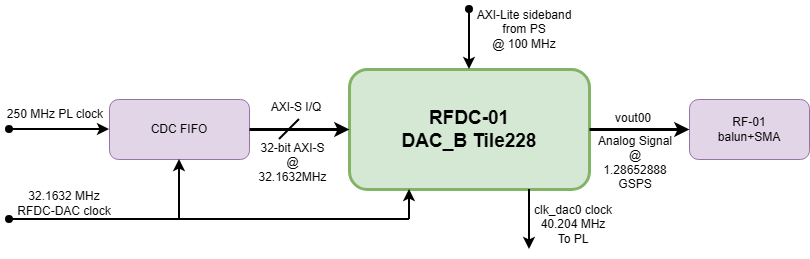
Above: figures/ch4/ch4_rfdc01_pipeline.png in mr-sathwiks/ANSpect_Thesis (draw.io), before the change. Source tidied: cells renumbered, new cells last; positions are measured from the earlier drawing's top-left corner, leaving out a move shared by most shapes. The source it was exported from:
```xml
<mxGraphModel>
  <root>
    <mxCell id="0" />
    <mxCell id="1" parent="0" />
    <mxCell id="2" value="&lt;span style=&quot;font-size: 19px;&quot;&gt;&lt;b&gt;RFDC-01&lt;/b&gt;&lt;/span&gt;&lt;div&gt;&lt;span style=&quot;font-size: 19px;&quot;&gt;&lt;b&gt;DAC_B Tile228&lt;/b&gt;&lt;/span&gt;&lt;/div&gt;" style="rounded=1;whiteSpace=wrap;html=1;roundedPerimeter=1;strokeWidth=3;fillColor=#d5e8d4;strokeColor=#82b366;" parent="1" vertex="1">
      <mxGeometry x="349" y="65" width="240" height="120" as="geometry" />
    </mxCell>
    <mxCell id="3" value="CDC FIFO" style="rounded=1;whiteSpace=wrap;html=1;roundedPerimeter=1;fillColor=#e1d5e7;strokeColor=#9673a6;" parent="1" vertex="1">
      <mxGeometry x="109" y="95" width="140" height="60" as="geometry" />
    </mxCell>
    <mxCell id="4" value="RF-01&lt;div&gt;balun+SMA&lt;/div&gt;" style="rounded=1;whiteSpace=wrap;html=1;roundedPerimeter=1;fillColor=#e1d5e7;strokeColor=#9673a6;" parent="1" vertex="1">
      <mxGeometry x="689" y="95" width="120" height="60" as="geometry" />
    </mxCell>
    <mxCell id="5" style="endArrow=classic;html=1;rounded=0;entryX=0;entryY=0.5;entryDx=0;entryDy=0;exitX=1;exitY=0.5;exitDx=0;exitDy=0;strokeWidth=3;" parent="1" edge="1" source="3" target="2">
      <mxGeometry relative="1" as="geometry" />
    </mxCell>
    <mxCell id="6" style="endArrow=classic;html=1;rounded=0;entryX=0;entryY=0.5;entryDx=0;entryDy=0;exitX=1;exitY=0.5;exitDx=0;exitDy=0;strokeWidth=3;" parent="1" edge="1" source="2" target="4">
      <mxGeometry relative="1" as="geometry" />
    </mxCell>
    <mxCell id="7" style="endArrow=none;html=1;rounded=0;strokeWidth=2;" parent="1" edge="1">
      <mxGeometry relative="1" as="geometry">
        <mxPoint x="279" y="135" as="sourcePoint" />
        <mxPoint x="299" y="115" as="targetPoint" />
      </mxGeometry>
    </mxCell>
    <mxCell id="8" value="32-bit AXI-S&lt;div&gt;@ 32.1632MHz&lt;/div&gt;" style="text;html=1;whiteSpace=wrap;strokeColor=none;fillColor=none;align=center;verticalAlign=middle;rounded=0;" parent="1" vertex="1">
      <mxGeometry x="259" y="138" width="67" height="40" as="geometry" />
    </mxCell>
    <mxCell id="9" style="endArrow=classic;html=1;rounded=0;entryX=0.5;entryY=1;entryDx=0;entryDy=0;strokeWidth=2;" parent="1" edge="1" target="3">
      <mxGeometry relative="1" as="geometry">
        <mxPoint x="179" y="215" as="sourcePoint" />
      </mxGeometry>
    </mxCell>
    <mxCell id="10" style="endArrow=classic;html=1;rounded=0;entryX=0.25;entryY=1;entryDx=0;entryDy=0;strokeWidth=2;" parent="1" edge="1" target="2">
      <mxGeometry relative="1" as="geometry">
        <mxPoint x="409" y="215" as="sourcePoint" />
      </mxGeometry>
    </mxCell>
    <mxCell id="11" value="250 MHz PL clock" style="text;html=1;whiteSpace=wrap;strokeColor=none;fillColor=none;align=center;verticalAlign=middle;rounded=0;" parent="1" vertex="1">
      <mxGeometry y="95" width="110" height="30" as="geometry" />
    </mxCell>
    <mxCell id="12" value="Analog Signal&lt;div&gt;@&lt;/div&gt;&lt;div&gt;1.28652888 GSPS&lt;/div&gt;" style="text;html=1;whiteSpace=wrap;strokeColor=none;fillColor=none;align=center;verticalAlign=middle;rounded=0;" parent="1" vertex="1">
      <mxGeometry x="589" y="138" width="92" height="40" as="geometry" />
    </mxCell>
    <mxCell id="13" style="endArrow=classic;html=1;rounded=0;defaultLabelBackgroundColor=page;entryX=0;entryY=0.5;entryDx=0;entryDy=0;startArrow=oval;startFill=1;strokeWidth=2;" parent="1" edge="1" target="3">
      <mxGeometry relative="1" as="geometry">
        <mxPoint x="9" y="125" as="sourcePoint" />
      </mxGeometry>
    </mxCell>
    <mxCell id="14" style="endArrow=none;html=1;rounded=0;defaultLabelBackgroundColor=page;startArrow=oval;startFill=1;strokeWidth=2;" parent="1" edge="1">
      <mxGeometry relative="1" as="geometry">
        <mxPoint x="9" y="215" as="sourcePoint" />
        <mxPoint x="409" y="215" as="targetPoint" />
      </mxGeometry>
    </mxCell>
    <mxCell id="15" value="32.1632 MHz RFDC-DAC clock" style="text;html=1;whiteSpace=wrap;strokeColor=none;fillColor=none;align=center;verticalAlign=middle;rounded=0;" parent="1" vertex="1">
      <mxGeometry x="9" y="184" width="110" height="30" as="geometry" />
    </mxCell>
    <mxCell id="16" style="endArrow=classic;html=1;rounded=0;defaultLabelBackgroundColor=page;exitX=0.75;exitY=1;exitDx=0;exitDy=0;strokeWidth=2;" parent="1" edge="1" source="2">
      <mxGeometry relative="1" as="geometry">
        <mxPoint x="529" y="245" as="targetPoint" />
      </mxGeometry>
    </mxCell>
    <mxCell id="17" value="clk_dac0 clock&lt;div&gt;40.204 MHz&lt;/div&gt;&lt;div&gt;To PL&lt;/div&gt;" style="text;html=1;whiteSpace=wrap;strokeColor=none;fillColor=none;align=center;verticalAlign=middle;rounded=0;" parent="1" vertex="1">
      <mxGeometry x="527" y="200" width="92" height="40" as="geometry" />
    </mxCell>
    <mxCell id="18" value="vout00" style="text;html=1;whiteSpace=wrap;strokeColor=none;fillColor=none;align=center;verticalAlign=middle;rounded=0;" parent="1" vertex="1">
      <mxGeometry x="603" y="99" width="60" height="30" as="geometry" />
    </mxCell>
    <mxCell id="19" style="endArrow=classic;html=1;rounded=0;defaultLabelBackgroundColor=page;entryX=0.5;entryY=0;entryDx=0;entryDy=0;strokeWidth=2;startArrow=oval;startFill=1;" parent="1" edge="1" target="2">
      <mxGeometry relative="1" as="geometry">
        <mxPoint x="469" y="5" as="sourcePoint" />
      </mxGeometry>
    </mxCell>
    <mxCell id="20" value="AXI-Lite sideband from PS&lt;div&gt;@&amp;nbsp;100 MHz&lt;/div&gt;" style="text;html=1;whiteSpace=wrap;strokeColor=none;fillColor=none;align=center;verticalAlign=middle;rounded=0;" parent="1" vertex="1">
      <mxGeometry x="469" width="110" height="50" as="geometry" />
    </mxCell>
    <mxCell id="21" value="AXI-S I/Q" style="text;html=1;whiteSpace=wrap;strokeColor=none;fillColor=none;align=center;verticalAlign=middle;rounded=0;" parent="1" vertex="1">
      <mxGeometry x="266" y="88" width="60" height="30" as="geometry" />
    </mxCell>
  </root>
</mxGraphModel>
```
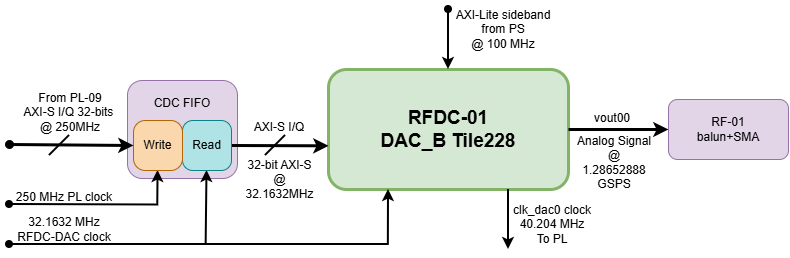
The same diagram one commit later.

Change to the diagram source:
```diff
@@ -5,13 +5,13 @@
     <mxCell id="2" value="&lt;span style=&quot;font-size: 19px;&quot;&gt;&lt;b&gt;RFDC-01&lt;/b&gt;&lt;/span&gt;&lt;div&gt;&lt;span style=&quot;font-size: 19px;&quot;&gt;&lt;b&gt;DAC_B Tile228&lt;/b&gt;&lt;/span&gt;&lt;/div&gt;" style="rounded=1;whiteSpace=wrap;html=1;roundedPerimeter=1;strokeWidth=3;fillColor=#d5e8d4;strokeColor=#82b366;" parent="1" vertex="1">
       <mxGeometry x="349" y="65" width="240" height="120" as="geometry" />
     </mxCell>
-    <mxCell id="3" value="CDC FIFO" style="rounded=1;whiteSpace=wrap;html=1;roundedPerimeter=1;fillColor=#e1d5e7;strokeColor=#9673a6;" parent="1" vertex="1">
-      <mxGeometry x="109" y="95" width="140" height="60" as="geometry" />
+    <mxCell id="3" style="rounded=1;whiteSpace=wrap;html=1;roundedPerimeter=1;fillColor=#e1d5e7;strokeColor=#9673a6;" parent="1" vertex="1">
+      <mxGeometry x="148" y="76" width="110" height="98" as="geometry" />
     </mxCell>
     <mxCell id="4" value="RF-01&lt;div&gt;balun+SMA&lt;/div&gt;" style="rounded=1;whiteSpace=wrap;html=1;roundedPerimeter=1;fillColor=#e1d5e7;strokeColor=#9673a6;" parent="1" vertex="1">
       <mxGeometry x="689" y="95" width="120" height="60" as="geometry" />
     </mxCell>
-    <mxCell id="5" style="endArrow=classic;html=1;rounded=0;entryX=0;entryY=0.5;entryDx=0;entryDy=0;exitX=1;exitY=0.5;exitDx=0;exitDy=0;strokeWidth=3;" parent="1" edge="1" source="3" target="2">
+    <mxCell id="5" style="endArrow=classic;html=1;rounded=0;entryX=0;entryY=0.636;entryDx=0;entryDy=0;exitX=1;exitY=0.5;exitDx=0;exitDy=0;strokeWidth=3;" parent="1" edge="1" source="22" target="2">
       <mxGeometry relative="1" as="geometry" />
     </mxCell>
     <mxCell id="6" style="endArrow=classic;html=1;rounded=0;entryX=0;entryY=0.5;entryDx=0;entryDy=0;exitX=1;exitY=0.5;exitDx=0;exitDy=0;strokeWidth=3;" parent="1" edge="1" source="2" target="4">
@@ -19,42 +19,45 @@
     </mxCell>
     <mxCell id="7" style="endArrow=none;html=1;rounded=0;strokeWidth=2;" parent="1" edge="1">
       <mxGeometry relative="1" as="geometry">
-        <mxPoint x="279" y="135" as="sourcePoint" />
-        <mxPoint x="299" y="115" as="targetPoint" />
+        <mxPoint x="286" y="151" as="sourcePoint" />
+        <mxPoint x="306" y="131" as="targetPoint" />
       </mxGeometry>
     </mxCell>
     <mxCell id="8" value="32-bit AXI-S&lt;div&gt;@ 32.1632MHz&lt;/div&gt;" style="text;html=1;whiteSpace=wrap;strokeColor=none;fillColor=none;align=center;verticalAlign=middle;rounded=0;" parent="1" vertex="1">
-      <mxGeometry x="259" y="138" width="67" height="40" as="geometry" />
+      <mxGeometry x="267" y="155" width="67" height="40" as="geometry" />
     </mxCell>
-    <mxCell id="9" style="endArrow=classic;html=1;rounded=0;entryX=0.5;entryY=1;entryDx=0;entryDy=0;strokeWidth=2;" parent="1" edge="1" target="3">
+    <mxCell id="9" style="endArrow=classic;html=1;rounded=0;entryX=0.5;entryY=1;entryDx=0;entryDy=0;strokeWidth=2;" parent="1" edge="1" target="22">
       <mxGeometry relative="1" as="geometry">
-        <mxPoint x="179" y="215" as="sourcePoint" />
+        <mxPoint x="226.7" y="239.2" as="sourcePoint" />
       </mxGeometry>
     </mxCell>
     <mxCell id="10" style="endArrow=classic;html=1;rounded=0;entryX=0.25;entryY=1;entryDx=0;entryDy=0;strokeWidth=2;" parent="1" edge="1" target="2">
       <mxGeometry relative="1" as="geometry">
-        <mxPoint x="409" y="215" as="sourcePoint" />
+        <mxPoint x="408.9" y="240.8" as="sourcePoint" />
       </mxGeometry>
     </mxCell>
     <mxCell id="11" value="250 MHz PL clock" style="text;html=1;whiteSpace=wrap;strokeColor=none;fillColor=none;align=center;verticalAlign=middle;rounded=0;" parent="1" vertex="1">
-      <mxGeometry y="95" width="110" height="30" as="geometry" />
+      <mxGeometry x="30" y="178" width="110" height="30" as="geometry" />
     </mxCell>
     <mxCell id="12" value="Analog Signal&lt;div&gt;@&lt;/div&gt;&lt;div&gt;1.28652888 GSPS&lt;/div&gt;" style="text;html=1;whiteSpace=wrap;strokeColor=none;fillColor=none;align=center;verticalAlign=middle;rounded=0;" parent="1" vertex="1">
       <mxGeometry x="589" y="138" width="92" height="40" as="geometry" />
     </mxCell>
-    <mxCell id="13" style="endArrow=classic;html=1;rounded=0;defaultLabelBackgroundColor=page;entryX=0;entryY=0.5;entryDx=0;entryDy=0;startArrow=oval;startFill=1;strokeWidth=2;" parent="1" edge="1" target="3">
-      <mxGeometry relative="1" as="geometry">
-        <mxPoint x="9" y="125" as="sourcePoint" />
+    <mxCell id="13" style="endArrow=classic;html=1;rounded=0;defaultLabelBackgroundColor=page;entryX=0.5;entryY=1;entryDx=0;entryDy=0;startArrow=oval;startFill=1;strokeWidth=2;" parent="1" edge="1" target="23">
+      <mxGeometry x="0.03" relative="1" as="geometry">
+        <mxPoint x="30" y="200" as="sourcePoint" />
+        <Array as="points">
+          <mxPoint x="178.2" y="200.4" />
+        </Array>
       </mxGeometry>
     </mxCell>
     <mxCell id="14" style="endArrow=none;html=1;rounded=0;defaultLabelBackgroundColor=page;startArrow=oval;startFill=1;strokeWidth=2;" parent="1" edge="1">
       <mxGeometry relative="1" as="geometry">
-        <mxPoint x="9" y="215" as="sourcePoint" />
-        <mxPoint x="409" y="215" as="targetPoint" />
+        <mxPoint x="30" y="240" as="sourcePoint" />
+        <mxPoint x="409" y="240" as="targetPoint" />
       </mxGeometry>
     </mxCell>
     <mxCell id="15" value="32.1632 MHz RFDC-DAC clock" style="text;html=1;whiteSpace=wrap;strokeColor=none;fillColor=none;align=center;verticalAlign=middle;rounded=0;" parent="1" vertex="1">
-      <mxGeometry x="9" y="184" width="110" height="30" as="geometry" />
+      <mxGeometry x="30" y="210" width="110" height="30" as="geometry" />
     </mxCell>
     <mxCell id="16" style="endArrow=classic;html=1;rounded=0;defaultLabelBackgroundColor=page;exitX=0.75;exitY=1;exitDx=0;exitDy=0;strokeWidth=2;" parent="1" edge="1" source="2">
       <mxGeometry relative="1" as="geometry">
@@ -76,7 +79,30 @@
       <mxGeometry x="469" width="110" height="50" as="geometry" />
     </mxCell>
     <mxCell id="21" value="AXI-S I/Q" style="text;html=1;whiteSpace=wrap;strokeColor=none;fillColor=none;align=center;verticalAlign=middle;rounded=0;" parent="1" vertex="1">
-      <mxGeometry x="266" y="88" width="60" height="30" as="geometry" />
+      <mxGeometry x="270" y="108" width="60" height="30" as="geometry" />
     </mxCell>
+    <mxCell id="22" value="Read" style="rounded=1;whiteSpace=wrap;html=1;roundedPerimeter=1;arcSize=21;fillColor=#b0e3e6;strokeColor=#0e8088;" parent="1" vertex="1">
+      <mxGeometry x="203" y="116" width="49" height="50" as="geometry" />
+    </mxCell>
+    <mxCell id="23" value="Write" style="rounded=1;whiteSpace=wrap;html=1;roundedPerimeter=1;arcSize=24;fillColor=#fad7ac;strokeColor=#b46504;" parent="1" vertex="1">
+      <mxGeometry x="154" y="116" width="49" height="50" as="geometry" />
+    </mxCell>
+    <mxCell id="24" value="CDC FIFO" style="text;html=1;whiteSpace=wrap;strokeColor=none;fillColor=none;align=center;verticalAlign=middle;rounded=0;" parent="1" vertex="1">
+      <mxGeometry x="173" y="84" width="60" height="30" as="geometry" />
+    </mxCell>
+    <mxCell id="25" style="endArrow=classic;html=1;rounded=0;entryX=0;entryY=0.5;entryDx=0;entryDy=0;strokeWidth=3;startArrow=oval;startFill=1;" parent="1" edge="1" target="23">
+      <mxGeometry relative="1" as="geometry">
+        <mxPoint x="30" y="140" as="sourcePoint" />
+      </mxGeometry>
+    </mxCell>
+    <mxCell id="26" style="endArrow=none;html=1;rounded=0;strokeWidth=2;" parent="1" edge="1">
+      <mxGeometry relative="1" as="geometry">
+        <mxPoint x="70" y="151" as="sourcePoint" />
+        <mxPoint x="90" y="131" as="targetPoint" />
+      </mxGeometry>
+    </mxCell>
+    <mxCell id="27" value="From PL-09&lt;br&gt;AXI-S I/Q 32-bits&amp;nbsp;&lt;div&gt;@ 250MHz&lt;/div&gt;" style="text;html=1;whiteSpace=wrap;strokeColor=none;fillColor=none;align=center;verticalAlign=middle;rounded=0;" parent="1" vertex="1">
+      <mxGeometry x="42" y="88" width="98" height="40" as="geometry" />
+    </mxCell>
   </root>
 </mxGraphModel>
```
